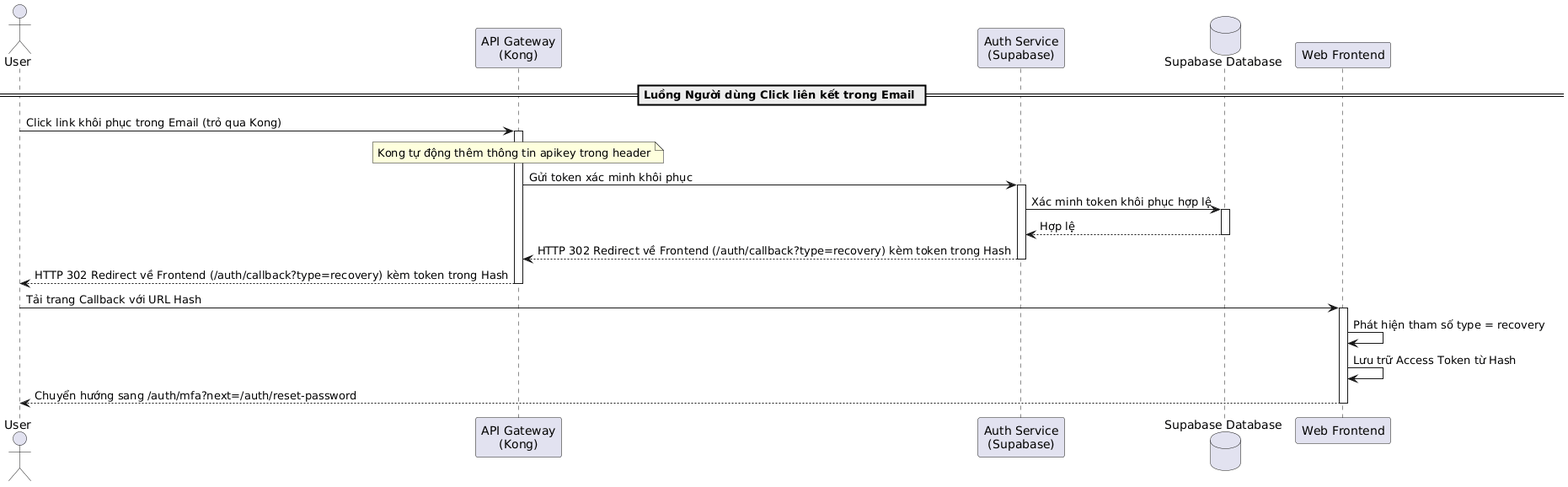
Earlier version of the PlantUML export latex/contents/Sequence/UML-Sequence-UserEmailLinkVerificationRedirect.png (20206205Tech/docs-latex).
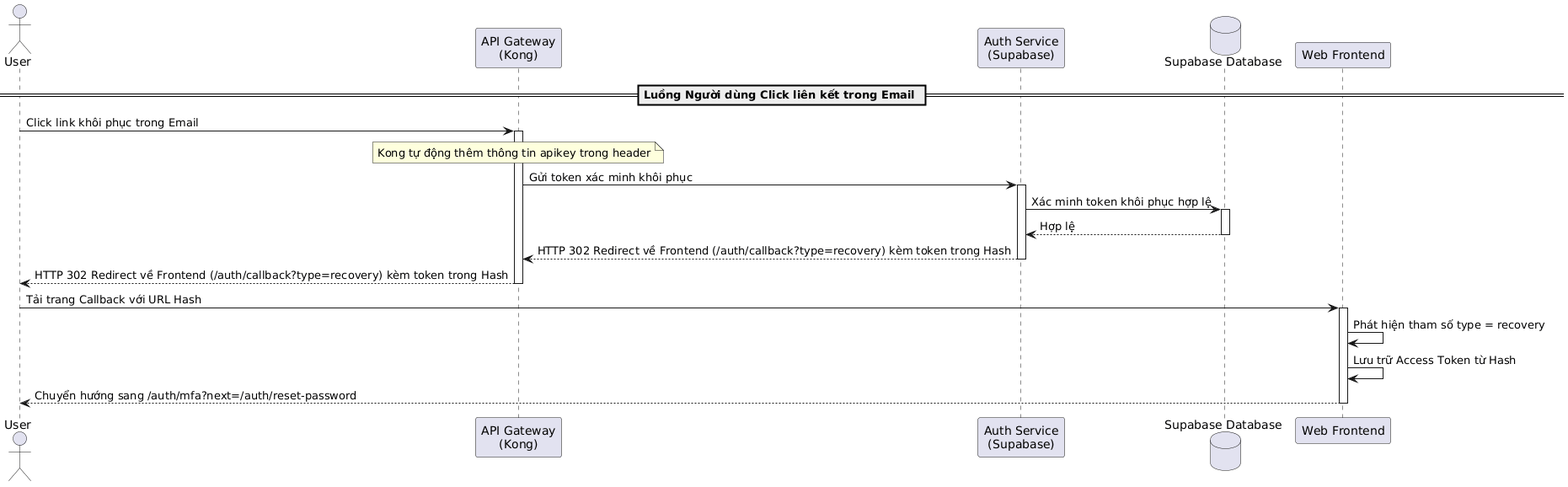
The same file after the commit.

What changed in the source:
```diff
@@ -6,7 +6,7 @@
 participant "Web Frontend" as Frontend
 
 == Luồng Người dùng Click liên kết trong Email ==
-User -> Kong: Click link khôi phục trong Email (trỏ qua Kong)
+User -> Kong: Click link khôi phục trong Email
 activate Kong
 note over Kong: Kong tự động thêm thông tin apikey trong header
 Kong -> AuthService: Gửi token xác minh khôi phục
```
